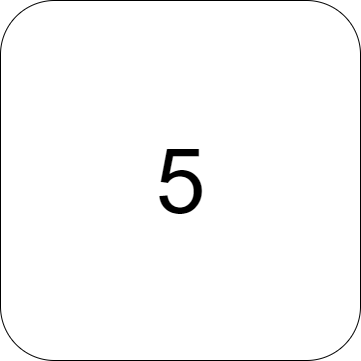
Before: Rush Hour Main/assets/MapButtons/5(A).png, a diagram exported from draw.io (zintom69/Game-Rush-Hour). Source tidied: cells renumbered, new cells last; positions are measured from the earlier drawing's top-left corner, leaving out a move shared by most shapes.
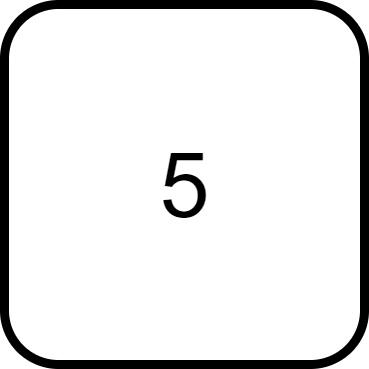
The same file after the commit.

What changed in the source:
```diff
@@ -2,7 +2,7 @@
   <root>
     <mxCell id="0" />
     <mxCell id="1" parent="0" />
-    <mxCell id="2" value="&lt;span style=&quot;font-size: 90px;&quot;&gt;5&lt;/span&gt;" style="rounded=1;whiteSpace=wrap;html=1;" parent="1" vertex="1">
+    <mxCell id="2" value="&lt;span style=&quot;font-size: 90px;&quot;&gt;5&lt;/span&gt;" style="rounded=1;whiteSpace=wrap;html=1;strokeWidth=9;" parent="1" vertex="1">
       <mxGeometry width="360" height="360" as="geometry" />
     </mxCell>
   </root>
```
